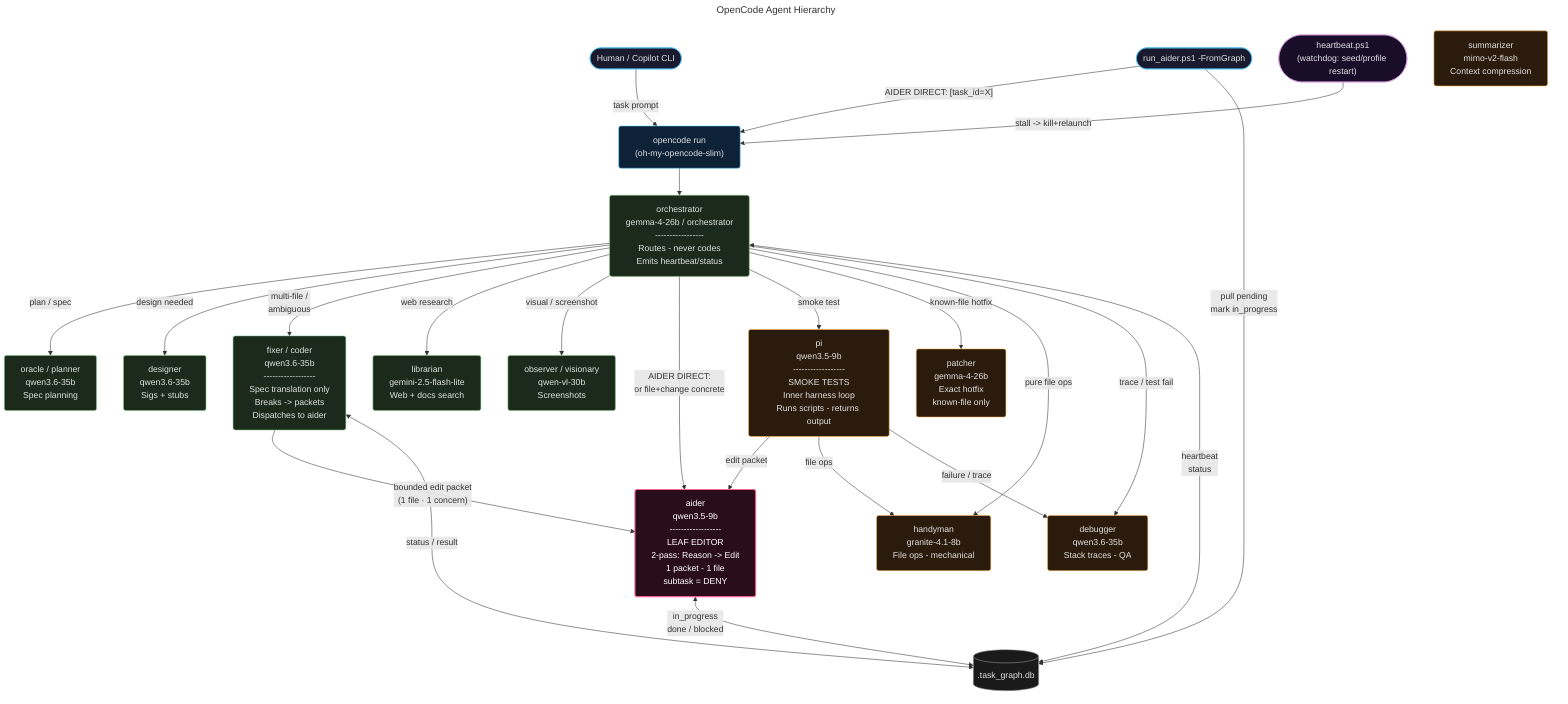
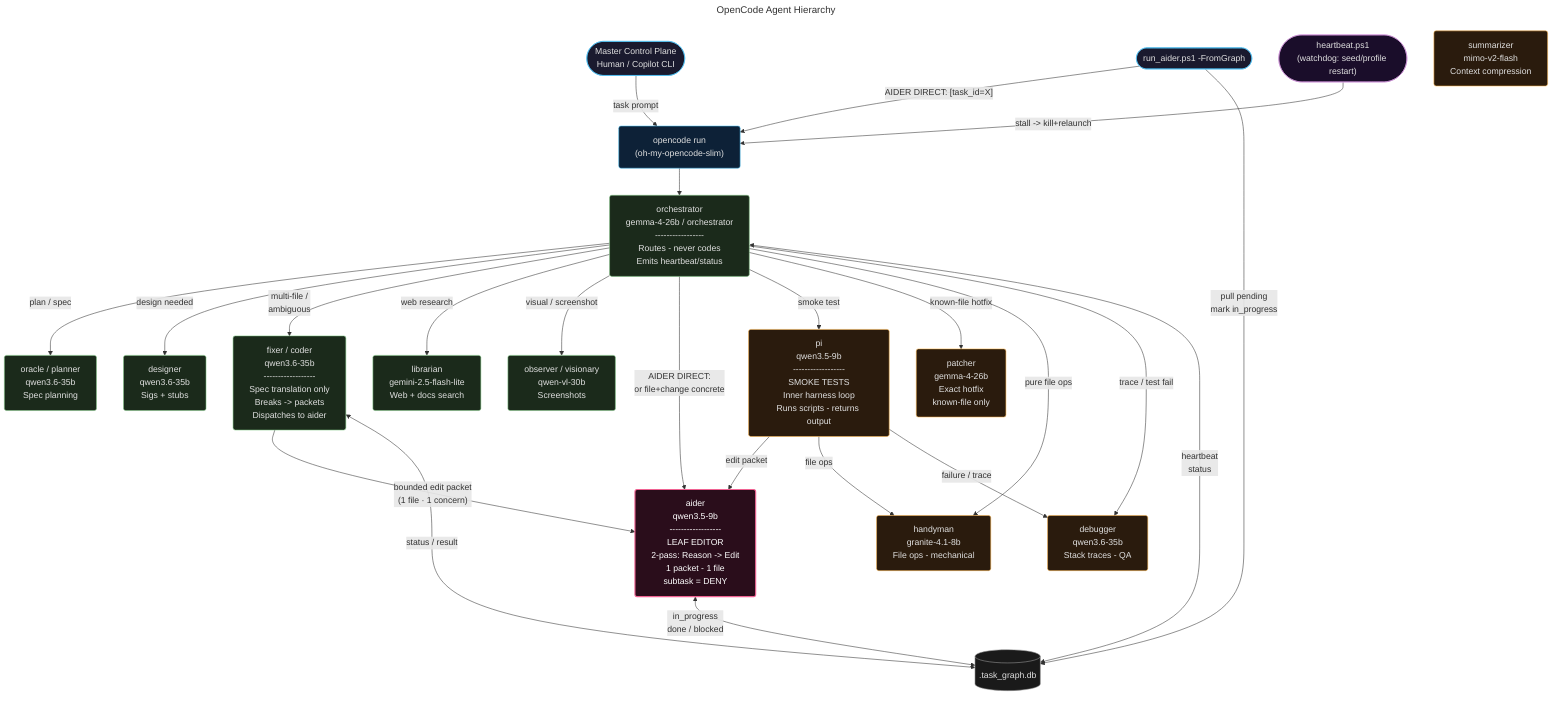
---
title: OpenCode Agent Hierarchy
---
flowchart TD
    %% ── Entry Points ──────────────────────────────────────────────
-     HUMAN(["Human / Copilot CLI"])
+     HUMAN(["Master Control Plane\nHuman / Copilot CLI"])
    RAG(["run_aider.ps1 -FromGraph"])
    HB(["heartbeat.ps1\n(watchdog: seed/profile restart)"])
    DB[(".task_graph.db")]

    %% ── opencode shell ────────────────────────────────────────────
    OC["opencode run\n(oh-my-opencode-slim)"]

    %% ── Primary agents ────────────────────────────────────────────
    ORCH["orchestrator\ngemma-4-26b / orchestrator\n-----------------\nRoutes - never codes\nEmits heartbeat/status"]

    ORACLE["oracle / planner\nqwen3.6-35b\nSpec planning"]
    DESIGNER["designer\nqwen3.6-35b\nSigs + stubs"]
    FIXER["fixer / coder\nqwen3.6-35b\n------------------\nSpec translation only\nBreaks -> packets\nDispatches to aider"]
    LIBRARIAN["librarian\ngemini-2.5-flash-lite\nWeb + docs search"]
    OBSERVER["observer / visionary\nqwen-vl-30b\nScreenshots"]

    %% ── Subagents ─────────────────────────────────────────────────
    PI["pi\nqwen3.5-9b\n------------------\nSMOKE TESTS\nInner harness loop\nRuns scripts - returns output"]
    AIDER["aider\nqwen3.5-9b\n------------------\nLEAF EDITOR\n2-pass: Reason -> Edit\n1 packet - 1 file\nsubtask = DENY"]
    HANDYMAN["handyman\ngranite-4.1-8b\nFile ops - mechanical"]
    PATCHER["patcher\ngemma-4-26b\nExact hotfix\nknown-file only"]
    DEBUGGER["debugger\nqwen3.6-35b\nStack traces - QA"]
    SUMMARIZER["summarizer\nmimo-v2-flash\nContext compression"]

    %% ── Entry → shell ─────────────────────────────────────────────
    HUMAN -->|"task prompt"| OC
    RAG -->|"AIDER DIRECT: [task_id=X]"| OC
    HB -->|"stall -> kill+relaunch"| OC

    %% ── shell → orchestrator ──────────────────────────────────────
    OC --> ORCH

    %% ── orchestrator → primaries ──────────────────────────────────
    ORCH -->|"plan / spec"| ORACLE
    ORCH -->|"design needed"| DESIGNER
    ORCH -->|"multi-file /\nambiguous"| FIXER
    ORCH -->|"web research"| LIBRARIAN
    ORCH -->|"visual / screenshot"| OBSERVER

    %% ── orchestrator → subagents (direct shortcuts) ───────────────
    ORCH -->|"AIDER DIRECT:\nor file+change concrete"| AIDER
    ORCH -->|"smoke test"| PI
    ORCH -->|"known-file hotfix"| PATCHER
    ORCH -->|"pure file ops"| HANDYMAN
    ORCH -->|"trace / test fail"| DEBUGGER

    %% ── fixer → aider (packet chain) ─────────────────────────────
    FIXER -->|"bounded edit packet\n(1 file · 1 concern)"| AIDER

    %% ── pi internal routing ───────────────────────────────────────
    PI -->|"edit packet"| AIDER
    PI -->|"file ops"| HANDYMAN
    PI -->|"failure / trace"| DEBUGGER

    %% ── task graph wiring ─────────────────────────────────────────
    ORCH <-->|"heartbeat\nstatus"| DB
    FIXER <-->|"status / result"| DB
    AIDER <-->|"in_progress\ndone / blocked"| DB
    RAG -->|"pull pending\nmark in_progress"| DB

    %% ── styles ────────────────────────────────────────────────────
    classDef entry    fill:#1a1a2e,stroke:#4fc3f7,color:#e0e0e0,rx:8
    classDef shell    fill:#0d2137,stroke:#4fc3f7,color:#e0e0e0,rx:4
    classDef primary  fill:#1b2a1b,stroke:#81c784,color:#e0e0e0,rx:4
    classDef subagent fill:#2a1b0d,stroke:#ffb74d,color:#e0e0e0,rx:4
    classDef leaf     fill:#2a0d1b,stroke:#f06292,color:#ffffff,rx:4,stroke-width:2px
    classDef db       fill:#1a1a1a,stroke:#9e9e9e,color:#e0e0e0
    classDef watchdog fill:#1a0d2a,stroke:#ce93d8,color:#e0e0e0,rx:8

    class HUMAN,RAG entry
    class HB watchdog
    class OC shell
    class ORCH,ORACLE,DESIGNER,FIXER,LIBRARIAN,OBSERVER primary
    class PI,HANDYMAN,PATCHER,DEBUGGER,SUMMARIZER subagent
    class AIDER leaf
    class DB db
